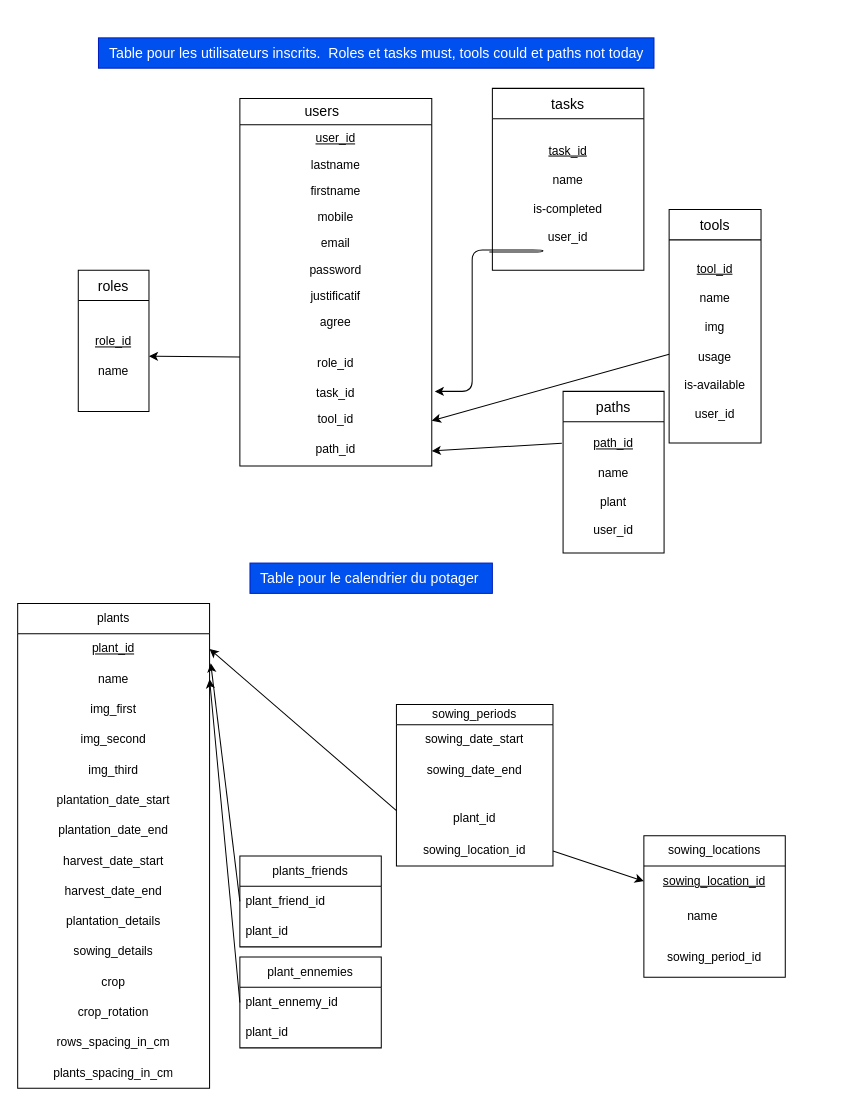
The draw.io diagram jardins.drawio in Donovan-R/serveur_jardins, before the edit. Source tidied: cells renumbered, new cells numbered last; positions are measured from the earlier drawing's top-left corner, leaving out a move shared by most shapes. Both pictures are drawn from the tidied source at 101%, with x=0, y=0 at pixel (17, 37).
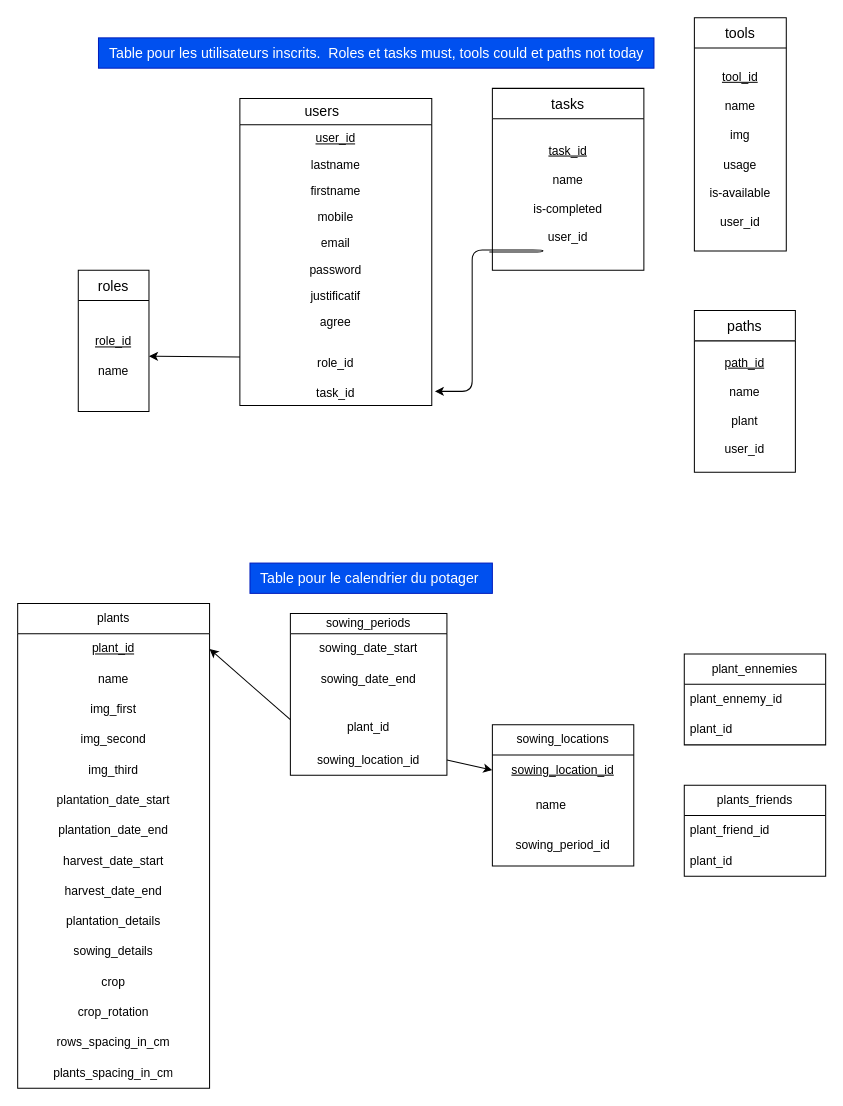
After the change.

Unchanged cells that the change refers to:
```xml
<mxCell id="9" style="shape=tableRow;horizontal=0;startSize=0;swimlaneHead=0;swimlaneBody=0;top=0;left=0;bottom=0;right=0;fillColor=none;points=[[0,0.5],[1,0.5]];portConstraint=eastwest;" parent="8" vertex="1">
  <mxGeometry y="30" width="91" height="201" as="geometry" />
</mxCell>
<mxCell id="12" style="shape=tableRow;horizontal=0;startSize=0;swimlaneHead=0;swimlaneBody=0;top=0;left=0;bottom=0;right=0;fillColor=none;points=[[0,0.5],[1,0.5]];portConstraint=eastwest;" parent="11" vertex="1">
  <mxGeometry y="30" width="100" height="130" as="geometry" />
</mxCell>
<mxCell id="18" value="&lt;u&gt;plant_id&lt;/u&gt;" style="text;strokeColor=none;fillColor=none;align=center;verticalAlign=middle;spacingLeft=4;spacingRight=4;overflow=hidden;points=[[0,0.5],[1,0.5]];portConstraint=eastwest;whiteSpace=wrap;html=1;" parent="17" vertex="1">
  <mxGeometry y="30" width="190" height="30" as="geometry" />
</mxCell>
<mxCell id="19" value="name" style="text;strokeColor=none;fillColor=none;align=center;verticalAlign=middle;spacingLeft=4;spacingRight=4;overflow=hidden;points=[[0,0.5],[1,0.5]];portConstraint=eastwest;whiteSpace=wrap;html=1;" parent="17" vertex="1">
  <mxGeometry y="60" width="190" height="30" as="geometry" />
</mxCell>
<mxCell id="59" value="plant_friend_id" style="text;strokeColor=none;fillColor=none;align=left;verticalAlign=middle;spacingLeft=4;spacingRight=4;overflow=hidden;points=[[0,0.5],[1,0.5]];portConstraint=eastwest;whiteSpace=wrap;html=1;" parent="58" vertex="1">
  <mxGeometry y="30" width="140" height="30" as="geometry" />
</mxCell>
<mxCell id="62" value="plant_ennemy_id" style="text;strokeColor=none;fillColor=none;align=left;verticalAlign=middle;spacingLeft=4;spacingRight=4;overflow=hidden;points=[[0,0.5],[1,0.5]];portConstraint=eastwest;whiteSpace=wrap;html=1;" parent="61" vertex="1">
  <mxGeometry y="30" width="140" height="30" as="geometry" />
</mxCell>
```

What changed in the source:
```diff
@@
     <mxCell id="8" value="tools" style="shape=table;startSize=30;childLayout=tableLayout;fillColor=none;fontSize=14;" parent="1" vertex="1">
-      <mxGeometry x="645" y="170" width="91" height="231" as="geometry" />
+      <mxGeometry x="670" y="-20" width="91" height="231" as="geometry" />
     </mxCell>
@@
     <mxCell id="11" value="paths" style="shape=table;startSize=30;childLayout=tableLayout;fillColor=none;fontSize=14;" parent="1" vertex="1">
-      <mxGeometry x="540" y="350" width="100" height="160" as="geometry" />
+      <mxGeometry x="670" y="270" width="100" height="160" as="geometry" />
     </mxCell>
@@
     <mxCell id="33" value="sowing_periods" style="swimlane;fontStyle=0;horizontal=1;startSize=20;whiteSpace=wrap;html=1;" parent="1" vertex="1">
-      <mxGeometry x="375" y="660" width="155" height="160" as="geometry" />
+      <mxGeometry x="270" y="570" width="155" height="160" as="geometry" />
     </mxCell>
@@
     <mxCell id="38" value="sowing_locations" style="swimlane;fontStyle=0;horizontal=1;startSize=30;whiteSpace=wrap;html=1;" parent="1" vertex="1">
-      <mxGeometry x="620" y="790" width="140" height="140" as="geometry" />
+      <mxGeometry x="470" y="680" width="140" height="140" as="geometry" />
     </mxCell>
@@
     <mxCell id="42" value="&lt;font style=&quot;font-size: 14px;&quot;&gt;users&lt;span style=&quot;white-space: pre;&quot;&gt;&#9;&lt;/span&gt;&lt;/font&gt;" style="swimlane;fontStyle=0;horizontal=1;startSize=26;fillColor=none;html=1;" parent="1" vertex="1">
-      <mxGeometry x="220" y="60" width="190" height="364" as="geometry" />
+      <mxGeometry x="220" y="60" width="190" height="304" as="geometry" />
     </mxCell>
@@
-    <mxCell id="53" value="tool_id" style="text;strokeColor=none;fillColor=none;align=center;verticalAlign=top;spacingLeft=4;spacingRight=4;overflow=hidden;points=[[0,0.5],[1,0.5]];portConstraint=eastwest;whiteSpace=wrap;html=1;" parent="42" vertex="1">
-      <mxGeometry y="304" width="190" height="30" as="geometry" />
-    </mxCell>
-    <mxCell id="54" value="path_id" style="text;strokeColor=none;fillColor=none;align=center;verticalAlign=top;spacingLeft=4;spacingRight=4;overflow=hidden;points=[[0,0.5],[1,0.5]];portConstraint=eastwest;whiteSpace=wrap;html=1;" parent="42" vertex="1">
-      <mxGeometry y="334" width="190" height="30" as="geometry" />
-    </mxCell>
-    <mxCell id="55" style="edgeStyle=none;html=1;entryX=1;entryY=0.5;entryDx=0;entryDy=0;" parent="1" edge="1" source="9" target="53">
-      <mxGeometry relative="1" as="geometry" />
-    </mxCell>
-    <mxCell id="56" style="edgeStyle=none;html=1;exitX=-0.012;exitY=0.164;exitDx=0;exitDy=0;exitPerimeter=0;entryX=1;entryY=0.5;entryDx=0;entryDy=0;" parent="1" edge="1" source="12" target="54">
-      <mxGeometry relative="1" as="geometry" />
-    </mxCell>
@@
     <mxCell id="58" value="plants_friends" style="swimlane;fontStyle=0;horizontal=1;startSize=30;whiteSpace=wrap;html=1;" parent="1" vertex="1">
-      <mxGeometry x="220" y="810" width="140" height="90" as="geometry" />
+      <mxGeometry x="660" y="740" width="140" height="90" as="geometry" />
     </mxCell>
@@
     <mxCell id="61" value="plant_ennemies" style="swimlane;fontStyle=0;horizontal=1;startSize=30;whiteSpace=wrap;html=1;" parent="1" vertex="1">
-      <mxGeometry x="220" y="910" width="140" height="90" as="geometry" />
+      <mxGeometry x="660" y="610" width="140" height="90" as="geometry" />
     </mxCell>
@@
-    <mxCell id="64" style="edgeStyle=none;html=1;exitX=0;exitY=0.5;exitDx=0;exitDy=0;entryX=1.006;entryY=0.973;entryDx=0;entryDy=0;entryPerimeter=0;" parent="1" edge="1" source="59" target="18">
-      <mxGeometry relative="1" as="geometry" />
-    </mxCell>
-    <mxCell id="65" style="edgeStyle=none;html=1;exitX=0;exitY=0.5;exitDx=0;exitDy=0;entryX=1;entryY=0.5;entryDx=0;entryDy=0;" parent="1" edge="1" source="62" target="19">
-      <mxGeometry relative="1" as="geometry" />
-    </mxCell>
```
